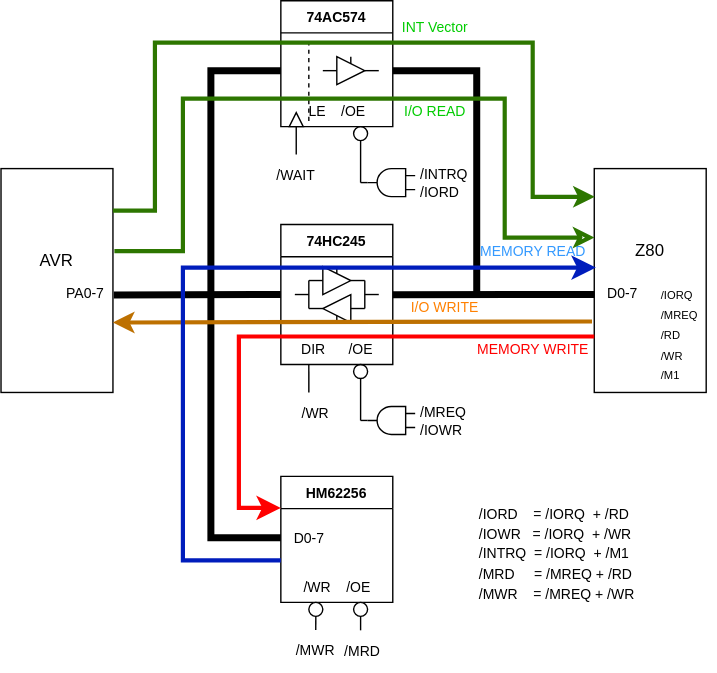
46nori/Z80Atmega128 keeps this draw.io diagram as schematics/Fig/DataBusExControl.drawio.svg. Above is the earlier version. Source tidied: cells renumbered, new cells last; positions are measured from the earlier drawing's top-left corner, leaving out a move shared by most shapes.
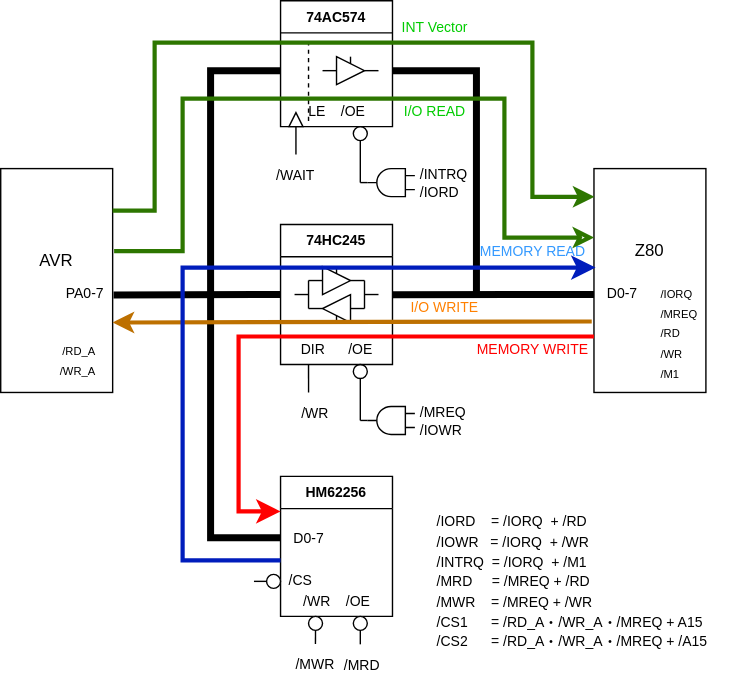
The same file after the commit.

Diff of the diagram source:
```diff
@@ -116,14 +116,20 @@
       </mxGeometry>
     </mxCell>
     <mxCell id="27" value="HM62256" style="swimlane;whiteSpace=wrap;html=1;fontSize=10;" parent="1" vertex="1">
-      <mxGeometry x="200" y="340" width="80" height="90" as="geometry" />
+      <mxGeometry x="200" y="340" width="80" height="100" as="geometry" />
     </mxCell>
     <mxCell id="28" value="&lt;span style=&quot;font-size: 10px; font-weight: 400;&quot;&gt;/WR&amp;nbsp; &amp;nbsp; /OE&lt;/span&gt;" style="text;strokeColor=none;fillColor=none;html=1;fontSize=24;fontStyle=1;verticalAlign=middle;align=center;" parent="27" vertex="1">
-      <mxGeometry y="70" width="80" height="10" as="geometry" />
+      <mxGeometry y="80" width="80" height="10" as="geometry" />
     </mxCell>
     <mxCell id="29" value="&lt;span style=&quot;font-size: 10px; font-weight: 400;&quot;&gt;D0-7&lt;/span&gt;" style="text;strokeColor=none;fillColor=none;html=1;fontSize=24;fontStyle=1;verticalAlign=middle;align=center;" parent="27" vertex="1">
       <mxGeometry y="40" width="40" as="geometry" />
     </mxCell>
+    <mxCell id="69" style="ellipse;whiteSpace=wrap;html=1;" parent="27" vertex="1">
+      <mxGeometry x="-10" y="70" width="10" height="10" as="geometry" />
+    </mxCell>
+    <mxCell id="70" value="&lt;span style=&quot;font-size: 10px; font-weight: 400;&quot;&gt;/CS&lt;/span&gt;" style="text;strokeColor=none;fillColor=none;html=1;fontSize=24;fontStyle=1;verticalAlign=middle;align=center;" parent="27" vertex="1">
+      <mxGeometry x="-3" y="64" width="33" height="11" as="geometry" />
+    </mxCell>
     <mxCell id="30" style="endArrow=none;html=1;fontSize=10;" parent="1" edge="1">
       <mxGeometry relative="1" as="geometry">
         <mxPoint x="260" y="210" as="sourcePoint" />
@@ -137,10 +143,10 @@
       </mxGeometry>
     </mxCell>
     <mxCell id="32" style="ellipse;whiteSpace=wrap;html=1;" parent="1" vertex="1">
-      <mxGeometry x="252" y="430" width="10" height="10" as="geometry" />
+      <mxGeometry x="252" y="440" width="10" height="10" as="geometry" />
     </mxCell>
     <mxCell id="33" style="ellipse;whiteSpace=wrap;html=1;" parent="1" vertex="1">
-      <mxGeometry x="220" y="430" width="10" height="10" as="geometry" />
+      <mxGeometry x="220" y="440" width="10" height="10" as="geometry" />
     </mxCell>
     <mxCell id="34" value="&lt;span style=&quot;font-size: 10px; font-weight: 400;&quot;&gt;D0-7&lt;/span&gt;" style="text;strokeColor=none;fillColor=none;html=1;fontSize=24;fontStyle=1;verticalAlign=middle;align=center;" parent="1" vertex="1">
       <mxGeometry x="424" y="200" width="40" height="10" as="geometry" />
@@ -241,8 +247,8 @@
         <mxPoint x="257" y="130" as="sourcePoint" />
       </mxGeometry>
     </mxCell>
-    <mxCell id="54" value="&lt;font style=&quot;font-size: 10px;&quot;&gt;/IORD&amp;nbsp; &amp;nbsp; = /IORQ&amp;nbsp; + /RD&lt;br&gt;/IOWR&amp;nbsp; &amp;nbsp;= /IORQ&amp;nbsp; + /WR&lt;br&gt;/INTRQ&amp;nbsp; = /IORQ&amp;nbsp; + /M1&lt;br&gt;/MRD&amp;nbsp; &amp;nbsp; &amp;nbsp;= /MREQ + /RD&lt;br&gt;/MWR&amp;nbsp; &amp;nbsp; = /MREQ + /WR&lt;/font&gt;" style="text;html=1;strokeColor=none;fillColor=none;align=left;verticalAlign=middle;whiteSpace=wrap;rounded=0;" parent="1" vertex="1">
-      <mxGeometry x="340" y="360" width="130" height="70" as="geometry" />
+    <mxCell id="54" value="&lt;font style=&quot;font-size: 10px;&quot;&gt;/IORD&amp;nbsp; &amp;nbsp; = /IORQ&amp;nbsp; + /RD&lt;br&gt;/IOWR&amp;nbsp; &amp;nbsp;= /IORQ&amp;nbsp; + /WR&lt;br&gt;/INTRQ&amp;nbsp; = /IORQ&amp;nbsp; + /M1&lt;br&gt;/MRD&amp;nbsp; &amp;nbsp; &amp;nbsp;= /MREQ + /RD&lt;br&gt;/MWR&amp;nbsp; &amp;nbsp; = /MREQ + /WR&lt;br&gt;/CS1&amp;nbsp; &amp;nbsp; &amp;nbsp; = /RD_A・/WR_A・/MREQ + A15&lt;br&gt;/CS2&amp;nbsp; &amp;nbsp; &amp;nbsp; = /RD_A・/WR_A・/MREQ + /A15&lt;br&gt;&lt;/font&gt;" style="text;html=1;strokeColor=none;fillColor=none;align=left;verticalAlign=middle;whiteSpace=wrap;rounded=0;" parent="1" vertex="1">
+      <mxGeometry x="310" y="365" width="220" height="100" as="geometry" />
     </mxCell>
     <mxCell id="55" style="endArrow=none;html=1;fontSize=10;entryX=0.5;entryY=0;entryDx=0;entryDy=0;" parent="1" edge="1" target="21">
       <mxGeometry relative="1" as="geometry">
@@ -283,10 +289,10 @@
       <mxGeometry x="195" y="280" width="60" height="30" as="geometry" />
     </mxCell>
     <mxCell id="63" value="/MWR" style="text;html=1;strokeColor=none;fillColor=none;align=center;verticalAlign=middle;whiteSpace=wrap;rounded=0;fontSize=10;" parent="1" vertex="1">
-      <mxGeometry x="195" y="449" width="60" height="30" as="geometry" />
+      <mxGeometry x="195" y="459" width="60" height="30" as="geometry" />
     </mxCell>
     <mxCell id="64" value="/MRD" style="text;html=1;strokeColor=none;fillColor=none;align=center;verticalAlign=middle;whiteSpace=wrap;rounded=0;fontSize=10;" parent="1" vertex="1">
-      <mxGeometry x="230" y="450" width="57" height="29" as="geometry" />
+      <mxGeometry x="230" y="460" width="57" height="29" as="geometry" />
     </mxCell>
     <mxCell id="65" style="endArrow=none;html=1;entryX=0;entryY=0.5;entryDx=0;entryDy=0;" parent="1" edge="1" target="25">
       <mxGeometry relative="1" as="geometry">
@@ -301,8 +307,17 @@
     </mxCell>
     <mxCell id="68" style="endArrow=none;html=1;entryX=0.5;entryY=1;entryDx=0;entryDy=0;" parent="1" edge="1" target="32">
       <mxGeometry relative="1" as="geometry">
-        <mxPoint x="257" y="450" as="sourcePoint" />
+        <mxPoint x="257" y="460" as="sourcePoint" />
       </mxGeometry>
     </mxCell>
+    <mxCell id="71" style="endArrow=none;html=1;entryX=0.5;entryY=1;entryDx=0;entryDy=0;" parent="1" edge="1">
+      <mxGeometry relative="1" as="geometry">
+        <mxPoint x="181" y="415" as="sourcePoint" />
+        <mxPoint x="190" y="415" as="targetPoint" />
+      </mxGeometry>
+    </mxCell>
+    <mxCell id="72" value="&lt;div style=&quot;&quot;&gt;&lt;span style=&quot;font-size: 8px; background-color: initial;&quot;&gt;/RD_A&lt;/span&gt;&lt;/div&gt;&lt;font style=&quot;font-size: 8px;&quot;&gt;/WR_A&lt;br&gt;&lt;br&gt;&lt;/font&gt;" style="text;html=1;strokeColor=none;fillColor=none;align=right;verticalAlign=middle;whiteSpace=wrap;rounded=0;" parent="1" vertex="1">
+      <mxGeometry x="30" y="242.5" width="40" height="42.5" as="geometry" />
+    </mxCell>
   </root>
 </mxGraphModel>
```
